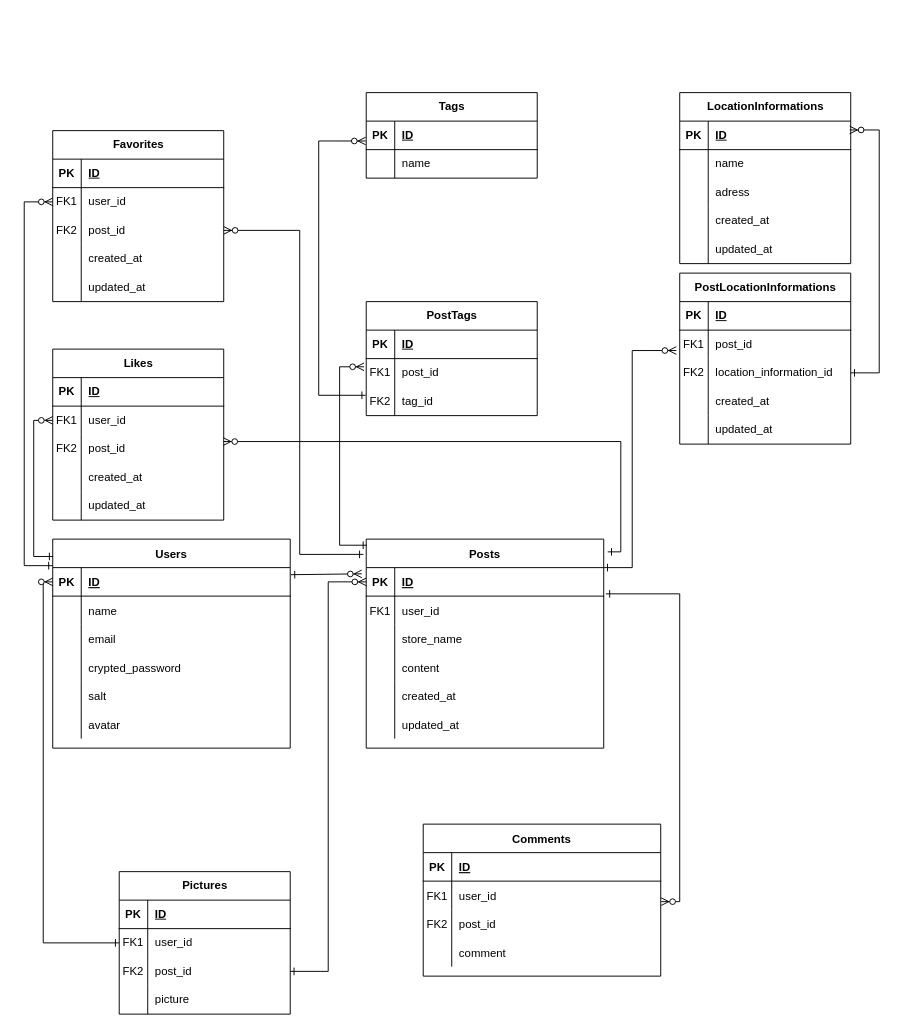
Earlier version of the draw.io diagram 名称未設定ファイル.drawio (yaccolyn/portfolio-kaho.s). Source tidied: cells renumbered, new cells numbered last; positions are measured from the earlier drawing's top-left corner, leaving out a move shared by most shapes. Both pictures are drawn from the tidied source at 95%, with x=0, y=0 at pixel (24, 92).
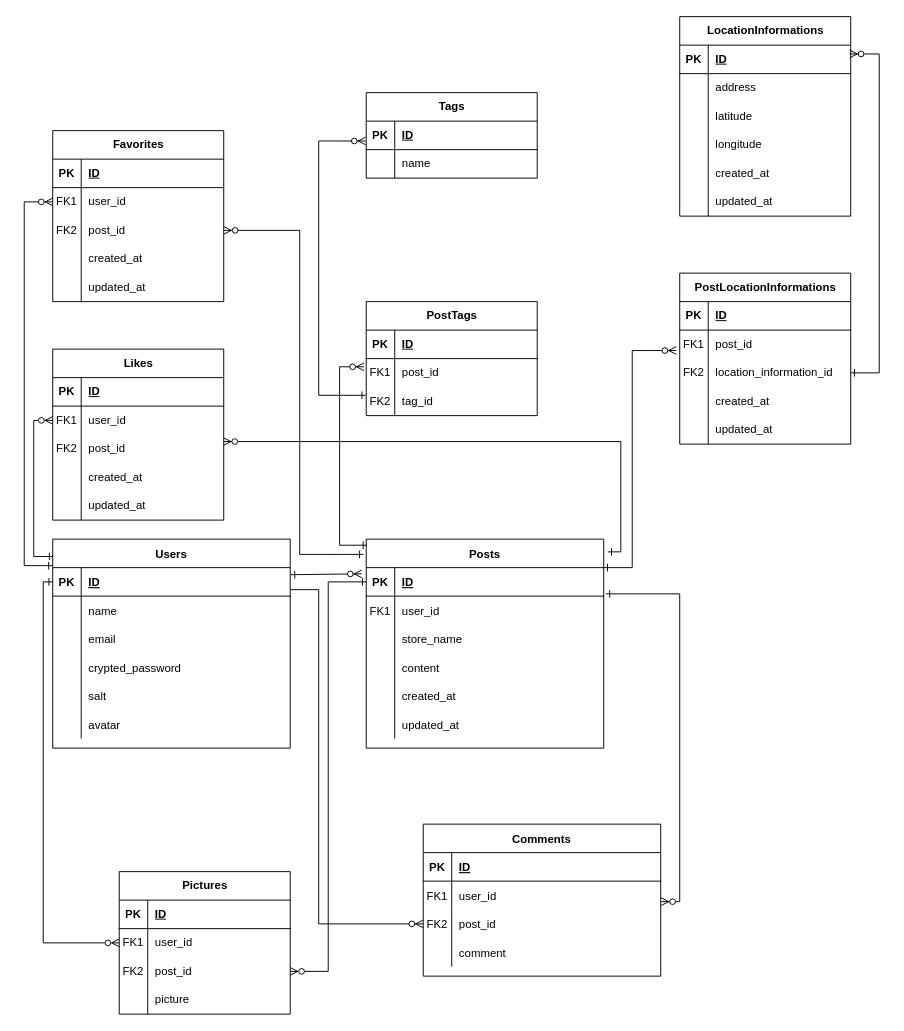
Above is the later version.

Commit message:
名称未設定ファイル.drawio を更新します

Unchanged cells that the change refers to:
```xml
<mxCell id="3" style="shape=partialRectangle;fillColor=none;points=[[0,0.5],[1,0.5]];portConstraint=eastwest;top=0;left=0;right=0;bottom=1;" parent="2" vertex="1">
  <mxGeometry y="30" width="250" height="30" as="geometry" />
</mxCell>
<mxCell id="28" style="shape=partialRectangle;fillColor=none;points=[[0,0.5],[1,0.5]];portConstraint=eastwest;top=0;left=0;right=0;bottom=0;" parent="21" vertex="1">
  <mxGeometry y="90" width="250" height="30" as="geometry" />
</mxCell>
<mxCell id="35" style="shape=partialRectangle;fillColor=none;points=[[0,0.5],[1,0.5]];portConstraint=eastwest;top=0;left=0;right=0;bottom=1;" parent="34" vertex="1">
  <mxGeometry y="30" width="250" height="30" as="geometry" />
</mxCell>
<mxCell id="61" style="shape=tableRow;horizontal=0;startSize=0;swimlaneHead=0;swimlaneBody=0;fillColor=none;points=[[0,0.5],[1,0.5]];portConstraint=eastwest;top=0;left=0;right=0;bottom=1;" parent="60" vertex="1">
  <mxGeometry y="30" width="180" height="30" as="geometry" />
</mxCell>
<mxCell id="112" style="shape=tableRow;horizontal=0;startSize=0;swimlaneHead=0;swimlaneBody=0;fillColor=none;points=[[0,0.5],[1,0.5]];portConstraint=eastwest;top=0;left=0;right=0;bottom=0;" parent="108" vertex="1">
  <mxGeometry y="60" width="180" height="30" as="geometry" />
</mxCell>
<mxCell id="115" style="shape=tableRow;horizontal=0;startSize=0;swimlaneHead=0;swimlaneBody=0;fillColor=none;points=[[0,0.5],[1,0.5]];portConstraint=eastwest;top=0;left=0;right=0;bottom=0;" parent="108" vertex="1">
  <mxGeometry y="90" width="180" height="30" as="geometry" />
</mxCell>
<mxCell id="145" style="shape=tableRow;horizontal=0;startSize=0;swimlaneHead=0;swimlaneBody=0;fillColor=none;points=[[0,0.5],[1,0.5]];portConstraint=eastwest;top=0;left=0;right=0;bottom=0;" parent="138" vertex="1">
  <mxGeometry y="90" width="180" height="30" as="geometry" />
</mxCell>
```

The edit, as a diff of the source:
```diff
@@
     <mxCell id="60" value="LocationInformations" style="shape=table;startSize=30;childLayout=tableLayout;rowLines=0;fontStyle=1;align=center;html=1;" parent="1" vertex="1">
-      <mxGeometry x="690" width="180" height="180" as="geometry" />
+      <mxGeometry x="690" y="-80" width="180" height="210" as="geometry" />
     </mxCell>
@@
-    <mxCell id="64" style="shape=tableRow;horizontal=0;startSize=0;swimlaneHead=0;swimlaneBody=0;fillColor=none;top=0;left=0;right=0;bottom=0;" parent="60" vertex="1">
-      <mxGeometry y="60" width="180" height="30" as="geometry" />
-    </mxCell>
-    <mxCell id="65" style="shape=partialRectangle;fillColor=none;top=0;left=0;bottom=0;right=0;overflow=hidden;whiteSpace=wrap;html=1;" parent="64" vertex="1">
-      <mxGeometry width="30" height="30" as="geometry" />
-    </mxCell>
-    <mxCell id="66" value="name" style="shape=partialRectangle;fillColor=none;top=0;left=0;bottom=0;right=0;align=left;spacingLeft=6;overflow=hidden;whiteSpace=wrap;html=1;" parent="64" vertex="1">
-      <mxGeometry x="30" width="150" height="30" as="geometry" />
-    </mxCell>
     <mxCell id="67" style="shape=tableRow;horizontal=0;startSize=0;swimlaneHead=0;swimlaneBody=0;fillColor=none;top=0;left=0;right=0;bottom=0;" parent="60" vertex="1">
-      <mxGeometry y="90" width="180" height="30" as="geometry" />
+      <mxGeometry y="60" width="180" height="30" as="geometry" />
     </mxCell>
@@
-    <mxCell id="69" value="adress" style="shape=partialRectangle;fillColor=none;top=0;left=0;bottom=0;right=0;align=left;spacingLeft=6;overflow=hidden;whiteSpace=wrap;html=1;" parent="67" vertex="1">
+    <mxCell id="69" value="address" style="shape=partialRectangle;fillColor=none;top=0;left=0;bottom=0;right=0;align=left;spacingLeft=6;overflow=hidden;whiteSpace=wrap;html=1;" parent="67" vertex="1">
       <mxGeometry x="30" width="150" height="30" as="geometry" />
     </mxCell>
+    <mxCell id="159" style="shape=tableRow;horizontal=0;startSize=0;swimlaneHead=0;swimlaneBody=0;fillColor=none;top=0;left=0;right=0;bottom=0;" parent="60" vertex="1">
+      <mxGeometry y="90" width="180" height="30" as="geometry" />
+    </mxCell>
+    <mxCell id="160" style="shape=partialRectangle;fillColor=none;top=0;left=0;bottom=0;right=0;overflow=hidden;whiteSpace=wrap;html=1;" parent="159" vertex="1">
+      <mxGeometry width="30" height="30" as="geometry" />
+    </mxCell>
+    <mxCell id="161" value="latitude" style="shape=partialRectangle;fillColor=none;top=0;left=0;bottom=0;right=0;align=left;spacingLeft=6;overflow=hidden;whiteSpace=wrap;html=1;" parent="159" vertex="1">
+      <mxGeometry x="30" width="150" height="30" as="geometry" />
+    </mxCell>
+    <mxCell id="162" style="shape=tableRow;horizontal=0;startSize=0;swimlaneHead=0;swimlaneBody=0;fillColor=none;top=0;left=0;right=0;bottom=0;" parent="60" vertex="1">
+      <mxGeometry y="120" width="180" height="30" as="geometry" />
+    </mxCell>
+    <mxCell id="163" style="shape=partialRectangle;fillColor=none;top=0;left=0;bottom=0;right=0;overflow=hidden;whiteSpace=wrap;html=1;" parent="162" vertex="1">
+      <mxGeometry width="30" height="30" as="geometry" />
+    </mxCell>
+    <mxCell id="164" value="longitude" style="shape=partialRectangle;fillColor=none;top=0;left=0;bottom=0;right=0;align=left;spacingLeft=6;overflow=hidden;whiteSpace=wrap;html=1;" parent="162" vertex="1">
+      <mxGeometry x="30" width="150" height="30" as="geometry" />
+    </mxCell>
     <mxCell id="70" style="shape=tableRow;horizontal=0;startSize=0;swimlaneHead=0;swimlaneBody=0;fillColor=none;top=0;left=0;right=0;bottom=0;" parent="60" vertex="1">
-      <mxGeometry y="120" width="180" height="30" as="geometry" />
+      <mxGeometry y="150" width="180" height="30" as="geometry" />
     </mxCell>
@@
     <mxCell id="73" style="shape=tableRow;horizontal=0;startSize=0;swimlaneHead=0;swimlaneBody=0;fillColor=none;top=0;left=0;right=0;bottom=0;" parent="60" vertex="1">
-      <mxGeometry y="150" width="180" height="30" as="geometry" />
+      <mxGeometry y="180" width="180" height="30" as="geometry" />
     </mxCell>
@@
-    <mxCell id="121" style="edgeStyle=orthogonalEdgeStyle;fontSize=12;html=1;endArrow=ERzeroToMany;endFill=1;rounded=0;exitX=1;exitY=0.5;exitDx=0;exitDy=0;entryX=0;entryY=0.5;entryDx=0;entryDy=0;startArrow=ERone;startFill=0;" parent="1" edge="1" source="115" target="3">
+    <mxCell id="121" style="edgeStyle=orthogonalEdgeStyle;fontSize=12;html=1;endArrow=ERone;endFill=0;rounded=0;exitX=1;exitY=0.5;exitDx=0;exitDy=0;entryX=0;entryY=0.5;entryDx=0;entryDy=0;startArrow=ERzeroToMany;startFill=0;" parent="1" edge="1" source="115" target="3">
       <mxGeometry relative="1" as="geometry" />
     </mxCell>
-    <mxCell id="122" style="edgeStyle=orthogonalEdgeStyle;fontSize=12;html=1;endArrow=ERzeroToMany;endFill=1;rounded=0;entryX=0;entryY=0.5;entryDx=0;entryDy=0;exitX=0;exitY=0.5;exitDx=0;exitDy=0;startArrow=ERone;startFill=0;" parent="1" edge="1" source="112" target="35">
+    <mxCell id="122" style="edgeStyle=orthogonalEdgeStyle;fontSize=12;html=1;endArrow=ERone;endFill=0;rounded=0;entryX=0;entryY=0.5;entryDx=0;entryDy=0;exitX=0;exitY=0.5;exitDx=0;exitDy=0;startArrow=ERzeroToMany;startFill=0;" parent="1" edge="1" source="112" target="35">
       <mxGeometry relative="1" as="geometry" />
     </mxCell>
@@
     <mxCell id="155" style="edgeStyle=orthogonalEdgeStyle;fontSize=12;html=1;endArrow=ERzeroToMany;endFill=1;rounded=0;entryX=0.994;entryY=0.31;entryDx=0;entryDy=0;entryPerimeter=0;exitX=1;exitY=0.5;exitDx=0;exitDy=0;startArrow=ERone;startFill=0;" parent="1" edge="1" source="145" target="61">
       <mxGeometry relative="1" as="geometry">
         <Array as="points">
           <mxPoint x="900" y="295" />
-          <mxPoint x="900" y="39" />
+          <mxPoint x="900" y="-41" />
         </Array>
       </mxGeometry>
     </mxCell>
@@
+    <mxCell id="165" style="edgeStyle=orthogonalEdgeStyle;fontSize=12;html=1;endArrow=ERzeroToMany;endFill=1;rounded=0;exitX=1.001;exitY=0.774;exitDx=0;exitDy=0;exitPerimeter=0;entryX=0;entryY=0.5;entryDx=0;entryDy=0;" parent="1" edge="1" source="35" target="28">
+      <mxGeometry relative="1" as="geometry">
+        <Array as="points">
+          <mxPoint x="310" y="523" />
+          <mxPoint x="310" y="875" />
+        </Array>
+      </mxGeometry>
+    </mxCell>
```
